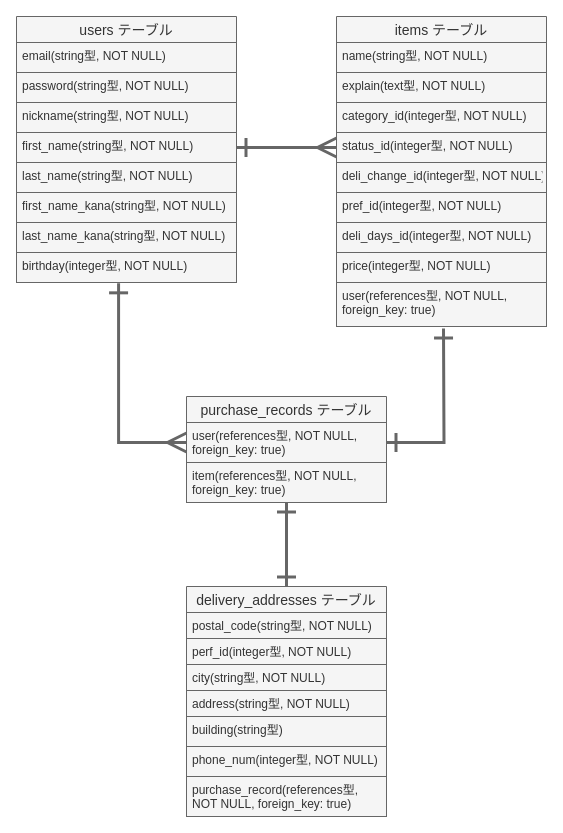
The draw.io diagram furima.dio in xiangma0531/furima-35533, before the edit. Source tidied: cells renumbered, new cells numbered last; positions are measured from the earlier drawing's top-left corner, leaving out a move shared by most shapes. Both pictures are drawn from the tidied source at 100%, with x=0, y=0 at pixel (16, 16).
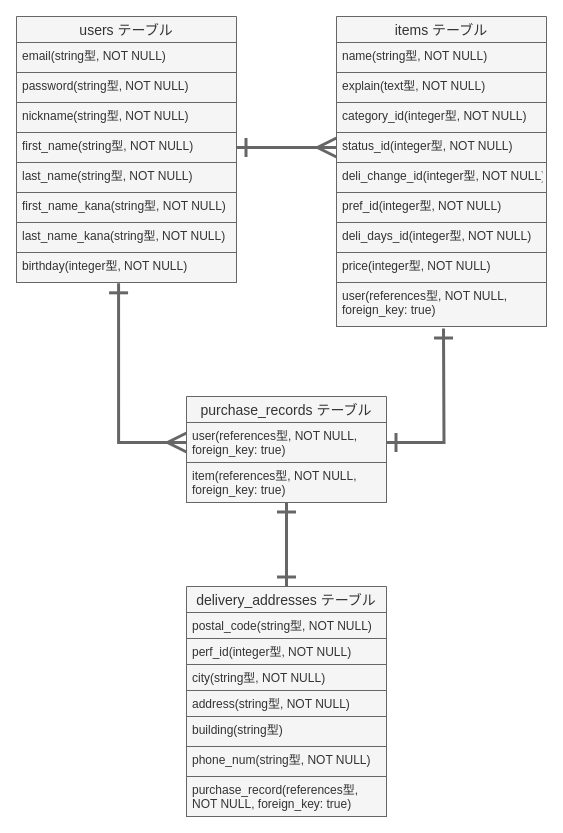
The same diagram, later.

The change refers to these unchanged cells:
```xml
<mxCell id="27" value="delivery_addresses テーブル" style="swimlane;fontStyle=0;horizontal=1;startSize=26;align=center;fontSize=14;fillColor=#f5f5f5;strokeColor=#666666;fontColor=#333333;" parent="1" vertex="1">
  <mxGeometry x="170" y="570" width="200" height="230" as="geometry" />
</mxCell>
```

What changed in the source:
```diff
@@
-    <mxCell id="33" value="phone_num(integer型, NOT NULL)" style="text;strokeColor=#666666;fillColor=#f5f5f5;spacingLeft=4;spacingRight=4;overflow=hidden;fontSize=12;fontColor=#333333;" parent="27" vertex="1">
+    <mxCell id="33" value="phone_num(string型, NOT NULL)" style="text;strokeColor=#666666;fillColor=#f5f5f5;spacingLeft=4;spacingRight=4;overflow=hidden;fontSize=12;fontColor=#333333;" parent="27" vertex="1">
       <mxGeometry y="160" width="200" height="30" as="geometry" />
     </mxCell>
```
